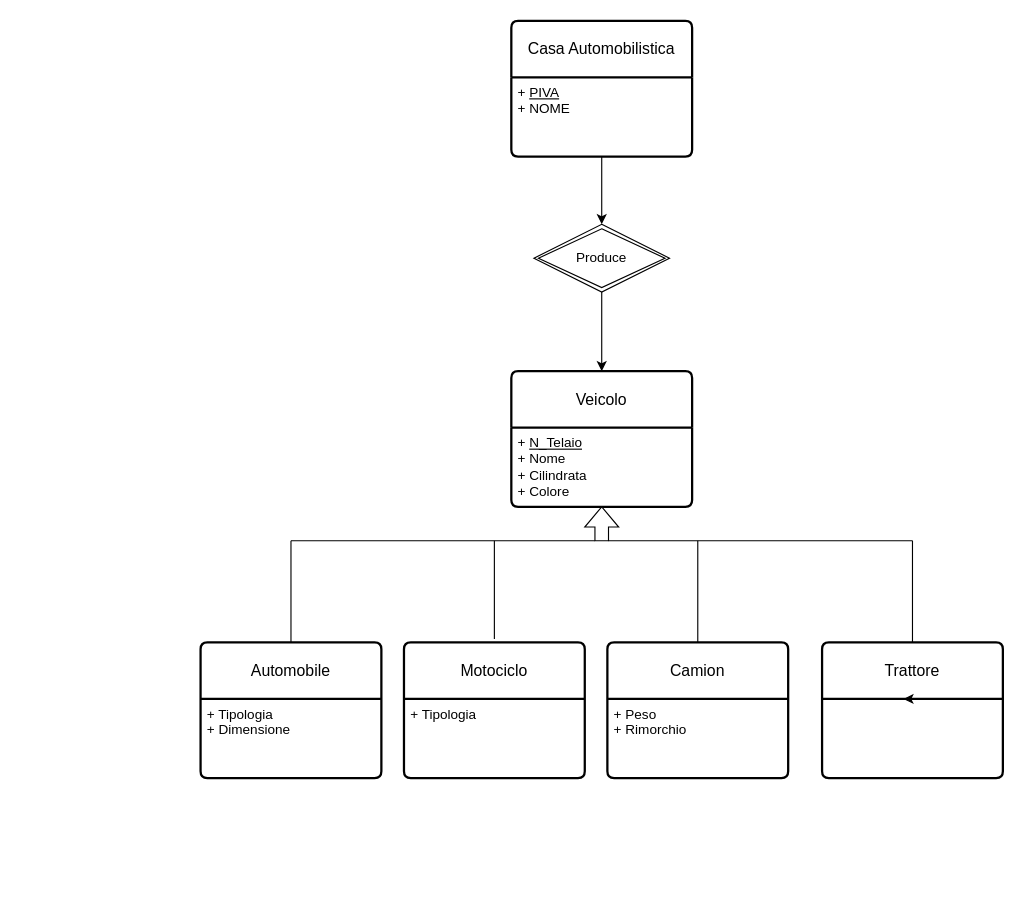
The draw.io diagram Untitled Diagram.drawio in MicheleMolineri/UNITO, before the edit. Source tidied: cells renumbered, new cells numbered last; positions are measured from the earlier drawing's top-left corner, leaving out a move shared by most shapes. Both pictures are drawn from the tidied source at 113%, with x=0, y=0 at pixel (200, 20).
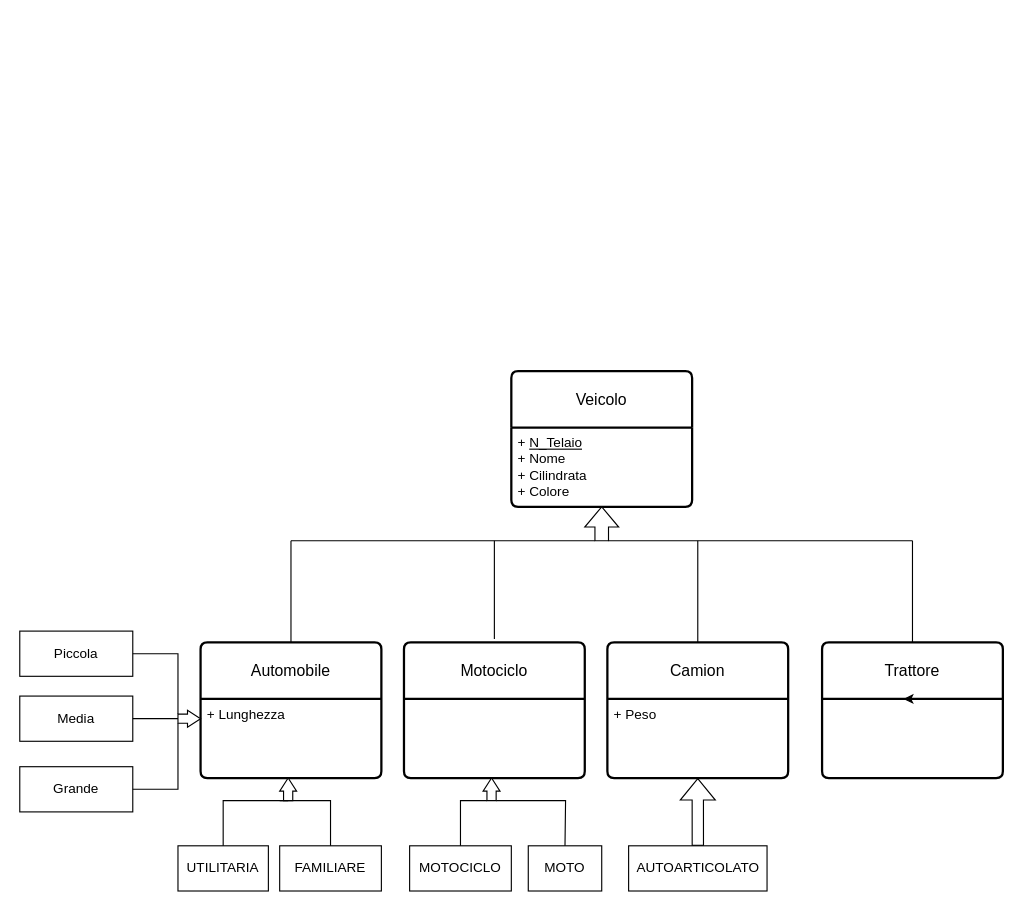
After the change.

The change refers to these unchanged cells:
```xml
<mxCell id="2" value="Veicolo" style="swimlane;horizontal=1;startSize=50;rounded=1;fontSize=14;fontStyle=0;strokeWidth=2;shadow=0;dashed=0;align=center;arcSize=4;whiteSpace=wrap;html=1;" parent="1" vertex="1">
  <mxGeometry x="275" y="310" width="160" height="120" as="geometry" />
</mxCell>
<mxCell id="10" value="Camion" style="swimlane;horizontal=1;startSize=50;rounded=1;fontSize=14;fontStyle=0;strokeWidth=2;shadow=0;dashed=0;align=center;arcSize=4;whiteSpace=wrap;html=1;" parent="1" vertex="1">
  <mxGeometry x="360" y="550" width="160" height="120" as="geometry" />
</mxCell>
<mxCell id="12" value="Automobile" style="swimlane;horizontal=1;startSize=50;rounded=1;fontSize=14;fontStyle=0;strokeWidth=2;shadow=0;dashed=0;align=center;arcSize=4;whiteSpace=wrap;html=1;" parent="1" vertex="1">
  <mxGeometry y="550" width="160" height="120" as="geometry" />
</mxCell>
<mxCell id="14" value="Motociclo" style="swimlane;horizontal=1;startSize=50;rounded=1;fontSize=14;fontStyle=0;strokeWidth=2;shadow=0;dashed=0;align=center;arcSize=4;whiteSpace=wrap;html=1;" parent="1" vertex="1">
  <mxGeometry x="180" y="550" width="160" height="120" as="geometry" />
</mxCell>
```

What changed in the source:
```diff
@@
-    <mxCell id="4" style="shape=singleArrow;direction=north;whiteSpace=wrap;html=1;arrowWidth=0.4000000000000038;arrowSize=0.5972222222222214;" parent="1" vertex="1">
+    <mxCell id="4" style="shape=singleArrow;direction=north;whiteSpace=wrap;html=1;arrowWidth=0.4000000000000038;arrowSize=0.5972222222222214;fillColor=light-dark(#FFFFFF,#FFFFFF);" parent="1" vertex="1">
       <mxGeometry x="340" y="430" width="30" height="30" as="geometry" />
     </mxCell>
@@
-    <mxCell id="11" value="+ Peso&lt;div&gt;+ Rimorchio&lt;/div&gt;&lt;div&gt;&lt;br&gt;&lt;div&gt;&lt;br&gt;&lt;/div&gt;&lt;/div&gt;" style="align=left;strokeColor=none;fillColor=none;spacingLeft=4;spacingRight=4;fontSize=12;verticalAlign=top;html=1;whiteSpace=wrap;" parent="10" vertex="1">
+    <mxCell id="11" value="+ Peso&lt;div&gt;&lt;br&gt;&lt;/div&gt;&lt;div&gt;&lt;br&gt;&lt;div&gt;&lt;br&gt;&lt;/div&gt;&lt;/div&gt;" style="align=left;strokeColor=none;fillColor=none;spacingLeft=4;spacingRight=4;fontSize=12;verticalAlign=top;html=1;whiteSpace=wrap;" parent="10" vertex="1">
       <mxGeometry y="50" width="160" height="70" as="geometry" />
     </mxCell>
@@
-    <mxCell id="13" value="+ Tipologia&lt;div&gt;+ Dimensione&lt;/div&gt;" style="align=left;strokeColor=none;fillColor=none;spacingLeft=4;spacingRight=4;fontSize=12;verticalAlign=top;html=1;whiteSpace=wrap;" parent="12" vertex="1">
+    <mxCell id="13" value="&lt;div&gt;+ Lunghezza&lt;/div&gt;&lt;div&gt;&lt;br&gt;&lt;/div&gt;" style="align=left;strokeColor=none;fillColor=none;spacingLeft=4;spacingRight=4;fontSize=12;verticalAlign=top;html=1;whiteSpace=wrap;" parent="12" vertex="1">
       <mxGeometry y="50" width="160" height="70" as="geometry" />
     </mxCell>
@@
-    <mxCell id="15" value="+ Tipologia" style="align=left;strokeColor=none;fillColor=none;spacingLeft=4;spacingRight=4;fontSize=12;verticalAlign=top;html=1;whiteSpace=wrap;" parent="14" vertex="1">
-      <mxGeometry y="50" width="160" height="70" as="geometry" />
-    </mxCell>
@@
-    <mxCell id="19" value="Casa Automobilistica" style="swimlane;horizontal=1;startSize=50;rounded=1;fontSize=14;fontStyle=0;strokeWidth=2;shadow=0;dashed=0;align=center;arcSize=4;whiteSpace=wrap;html=1;" parent="1" vertex="1">
-      <mxGeometry x="275" width="160" height="120" as="geometry" />
-    </mxCell>
-    <mxCell id="20" value="+ &lt;u&gt;PIVA&lt;/u&gt;&lt;div&gt;+ NOME&lt;/div&gt;" style="align=left;strokeColor=none;fillColor=none;spacingLeft=4;spacingRight=4;fontSize=12;verticalAlign=top;html=1;whiteSpace=wrap;" parent="19" vertex="1">
-      <mxGeometry y="50" width="160" height="70" as="geometry" />
-    </mxCell>
-    <mxCell id="21" style="edgeStyle=orthogonalEdgeStyle;rounded=0;jettySize=auto;html=1;entryX=0.5;entryY=0;entryDx=0;entryDy=0;" parent="1" edge="1" source="22" target="2">
-      <mxGeometry relative="1" as="geometry" />
-    </mxCell>
-    <mxCell id="22" value="Produce" style="shape=rhombus;double=1;perimeter=rhombusPerimeter;whiteSpace=wrap;html=1;align=center;" parent="1" vertex="1">
-      <mxGeometry x="295" y="180" width="120" height="60" as="geometry" />
-    </mxCell>
-    <mxCell id="23" style="edgeStyle=orthogonalEdgeStyle;rounded=0;jettySize=auto;html=1;entryX=0.5;entryY=0;entryDx=0;entryDy=0;" parent="1" edge="1" source="20" target="22">
-      <mxGeometry relative="1" as="geometry" />
-    </mxCell>
+    <mxCell id="24" value="&lt;div&gt;UTILITARIA&lt;/div&gt;" style="whiteSpace=wrap;html=1;align=center;" parent="1" vertex="1">
+      <mxGeometry x="-20" y="730" width="80" height="40" as="geometry" />
+    </mxCell>
+    <mxCell id="25" value="MOTOCICLO" style="whiteSpace=wrap;html=1;align=center;" parent="1" vertex="1">
+      <mxGeometry x="185" y="730" width="90" height="40" as="geometry" />
+    </mxCell>
+    <mxCell id="26" value="&lt;div&gt;FAMILIARE&lt;/div&gt;" style="whiteSpace=wrap;html=1;align=center;" parent="1" vertex="1">
+      <mxGeometry x="70" y="730" width="90" height="40" as="geometry" />
+    </mxCell>
+    <mxCell id="27" style="shape=singleArrow;direction=north;whiteSpace=wrap;html=1;arrowWidth=0.5428571428571558;arrowSize=0.5785714285714277;fillColor=light-dark(#FFFFFF,#FFFFFF);" parent="1" vertex="1">
+      <mxGeometry x="70" y="670" width="15" height="20" as="geometry" />
+    </mxCell>
+    <mxCell id="28" style="endArrow=none;html=1;rounded=0;entryX=0.5;entryY=0;entryDx=0;entryDy=0;exitX=0;exitY=0.5;exitDx=0;exitDy=0;exitPerimeter=0;" parent="1" edge="1" source="27" target="24">
+      <mxGeometry relative="1" as="geometry">
+        <Array as="points">
+          <mxPoint x="20" y="690" />
+        </Array>
+      </mxGeometry>
+    </mxCell>
+    <mxCell id="29" style="endArrow=none;html=1;rounded=0;entryX=0.5;entryY=0;entryDx=0;entryDy=0;" parent="1" edge="1" target="26">
+      <mxGeometry relative="1" as="geometry">
+        <mxPoint x="70" y="690" as="sourcePoint" />
+        <Array as="points">
+          <mxPoint x="115" y="690" />
+        </Array>
+      </mxGeometry>
+    </mxCell>
+    <mxCell id="30" style="shape=singleArrow;direction=east;whiteSpace=wrap;html=1;arrowWidth=0.5428571428571558;arrowSize=0.5785714285714277;fillColor=light-dark(#FFFFFF,#FFFFFF);" parent="1" vertex="1">
+      <mxGeometry x="-20" y="610" width="20" height="15" as="geometry" />
+    </mxCell>
+    <mxCell id="31" value="Piccola" style="whiteSpace=wrap;html=1;align=center;" parent="1" vertex="1">
+      <mxGeometry x="-160" y="540" width="100" height="40" as="geometry" />
+    </mxCell>
+    <mxCell id="32" value="Media" style="whiteSpace=wrap;html=1;align=center;" parent="1" vertex="1">
+      <mxGeometry x="-160" y="597.5" width="100" height="40" as="geometry" />
+    </mxCell>
+    <mxCell id="33" value="Grande" style="whiteSpace=wrap;html=1;align=center;" parent="1" vertex="1">
+      <mxGeometry x="-160" y="660" width="100" height="40" as="geometry" />
+    </mxCell>
+    <mxCell id="34" style="endArrow=none;html=1;rounded=0;exitX=1;exitY=0.5;exitDx=0;exitDy=0;entryX=0;entryY=0;entryDx=0;entryDy=3.428571428571331;entryPerimeter=0;" parent="1" edge="1" source="31" target="30">
+      <mxGeometry relative="1" as="geometry">
+        <Array as="points">
+          <mxPoint x="-20" y="560" />
+        </Array>
+      </mxGeometry>
+    </mxCell>
+    <mxCell id="35" style="endArrow=none;html=1;rounded=0;exitX=1;exitY=0.5;exitDx=0;exitDy=0;entryX=0;entryY=0;entryDx=0;entryDy=11.571428571428669;entryPerimeter=0;" parent="1" edge="1" source="33" target="30">
+      <mxGeometry relative="1" as="geometry">
+        <Array as="points">
+          <mxPoint x="-20" y="680" />
+        </Array>
+      </mxGeometry>
+    </mxCell>
+    <mxCell id="36" style="endArrow=none;html=1;rounded=0;exitX=1;exitY=0.5;exitDx=0;exitDy=0;entryX=0;entryY=0.5;entryDx=0;entryDy=0;entryPerimeter=0;" parent="1" edge="1" source="32" target="30">
+      <mxGeometry relative="1" as="geometry" />
+    </mxCell>
+    <mxCell id="37" value="MOTO" style="whiteSpace=wrap;html=1;align=center;" parent="1" vertex="1">
+      <mxGeometry x="290" y="730" width="65" height="40" as="geometry" />
+    </mxCell>
+    <mxCell id="38" style="shape=singleArrow;direction=north;whiteSpace=wrap;html=1;arrowWidth=0.5428571428571558;arrowSize=0.5785714285714277;fillColor=light-dark(#FFFFFF,#FFFFFF);" parent="1" vertex="1">
+      <mxGeometry x="250" y="670" width="15" height="20" as="geometry" />
+    </mxCell>
+    <mxCell id="39" style="endArrow=none;html=1;rounded=0;entryX=0;entryY=0;entryDx=0;entryDy=3.428571428571331;entryPerimeter=0;exitX=0.5;exitY=0;exitDx=0;exitDy=0;" parent="1" edge="1" source="25" target="38">
+      <mxGeometry relative="1" as="geometry">
+        <Array as="points">
+          <mxPoint x="230" y="690" />
+        </Array>
+      </mxGeometry>
+    </mxCell>
+    <mxCell id="40" style="endArrow=none;html=1;rounded=0;entryX=0;entryY=0;entryDx=0;entryDy=11.571428571428669;entryPerimeter=0;exitX=0.5;exitY=0;exitDx=0;exitDy=0;" parent="1" edge="1" source="37" target="38">
+      <mxGeometry relative="1" as="geometry">
+        <Array as="points">
+          <mxPoint x="323" y="690" />
+        </Array>
+      </mxGeometry>
+    </mxCell>
+    <mxCell id="41" value="AUTOARTICOLATO" style="whiteSpace=wrap;html=1;align=center;" parent="1" vertex="1">
+      <mxGeometry x="378.8" y="730" width="122.5" height="40" as="geometry" />
+    </mxCell>
+    <mxCell id="42" style="shape=flexArrow;endArrow=classic;html=1;rounded=0;exitX=0.5;exitY=0;exitDx=0;exitDy=0;entryX=0.5;entryY=1;entryDx=0;entryDy=0;" parent="1" edge="1" source="41" target="11">
+      <mxGeometry relative="1" as="geometry" />
+    </mxCell>
```
